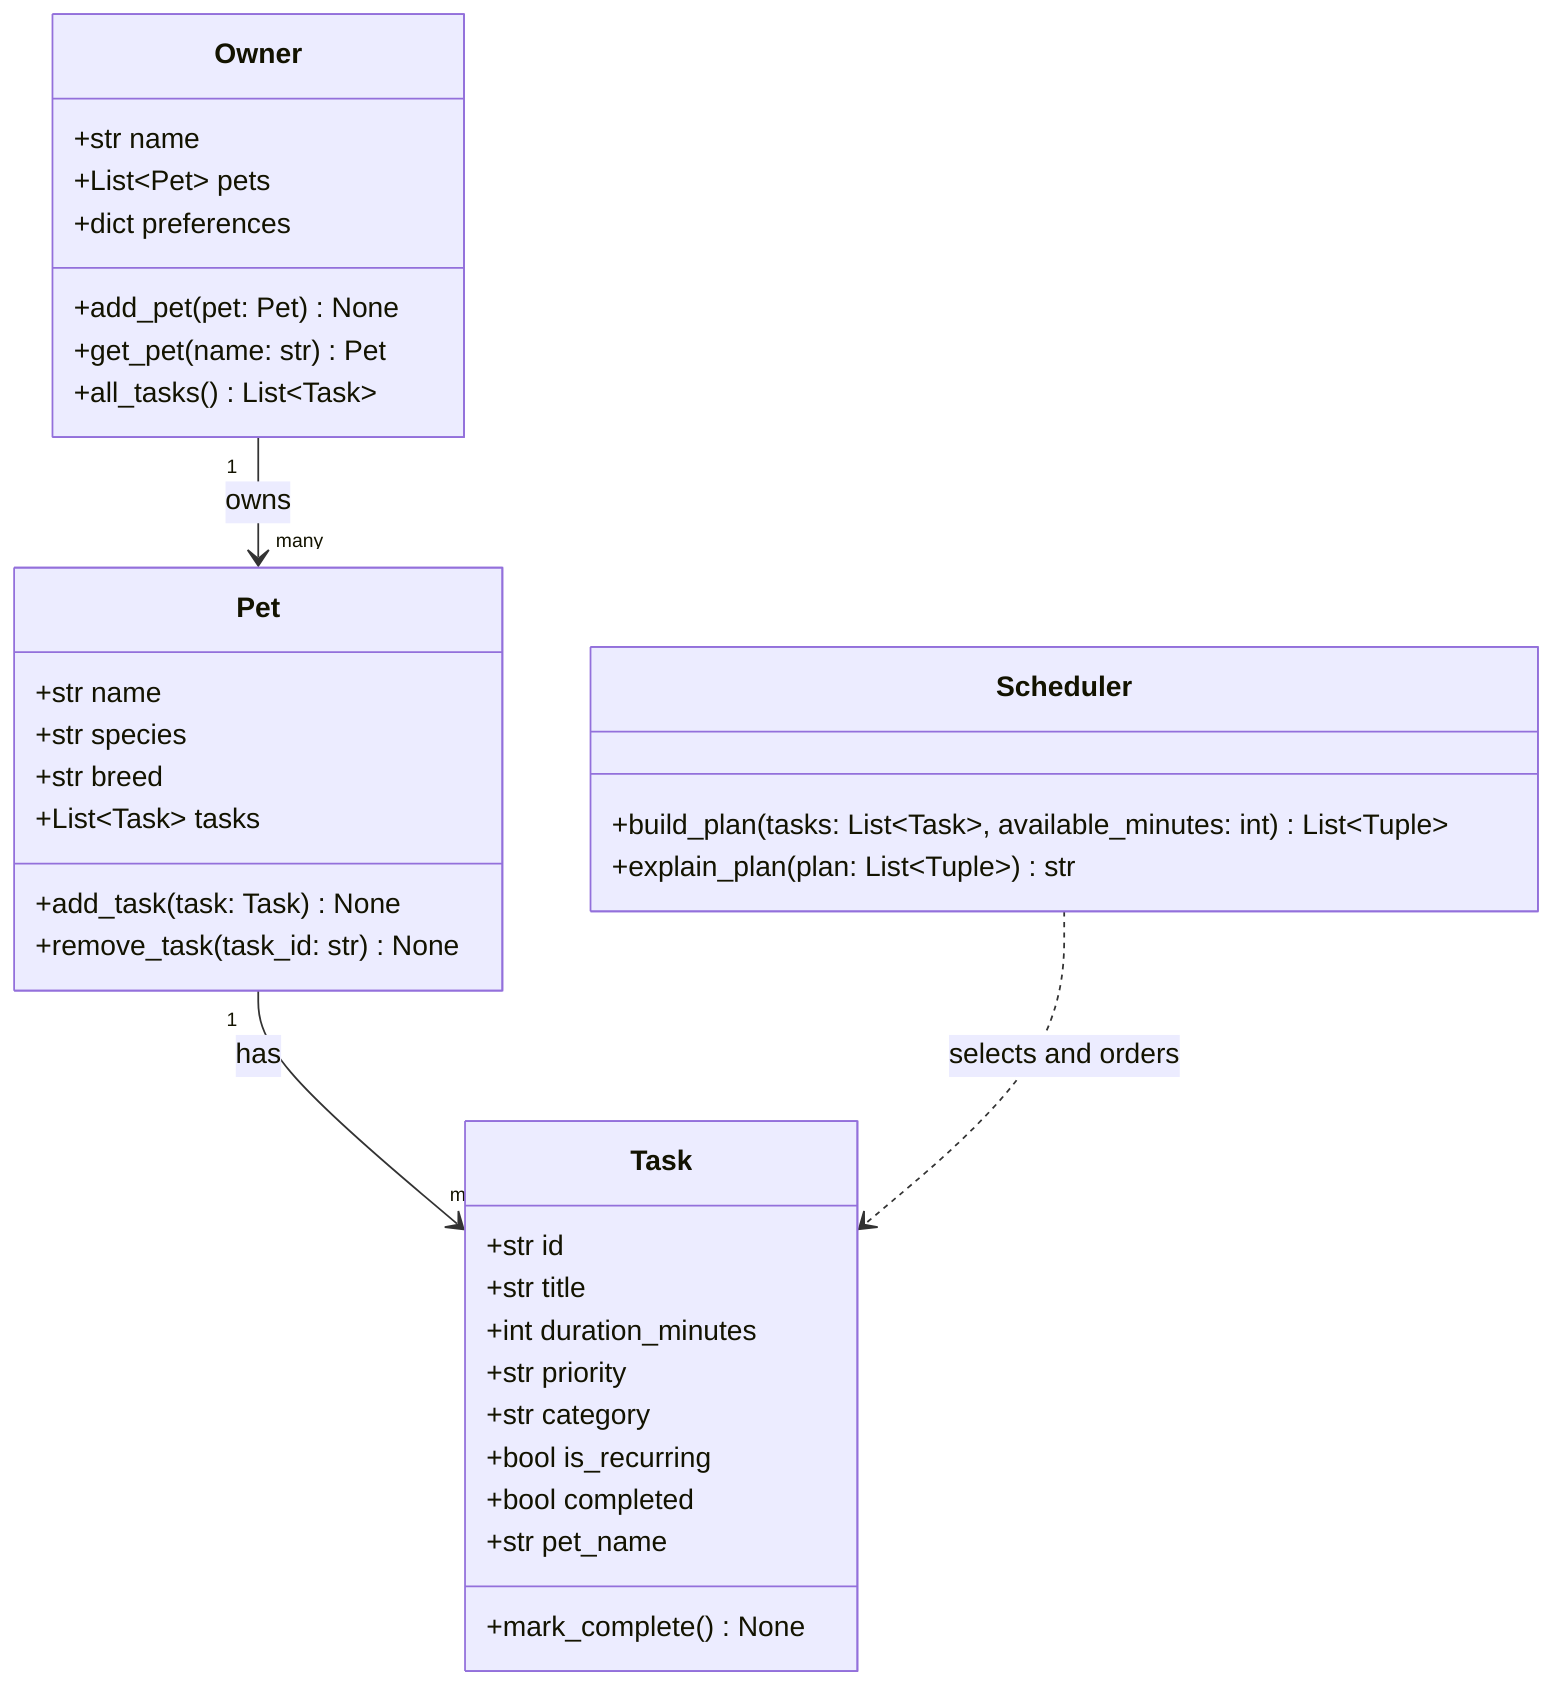
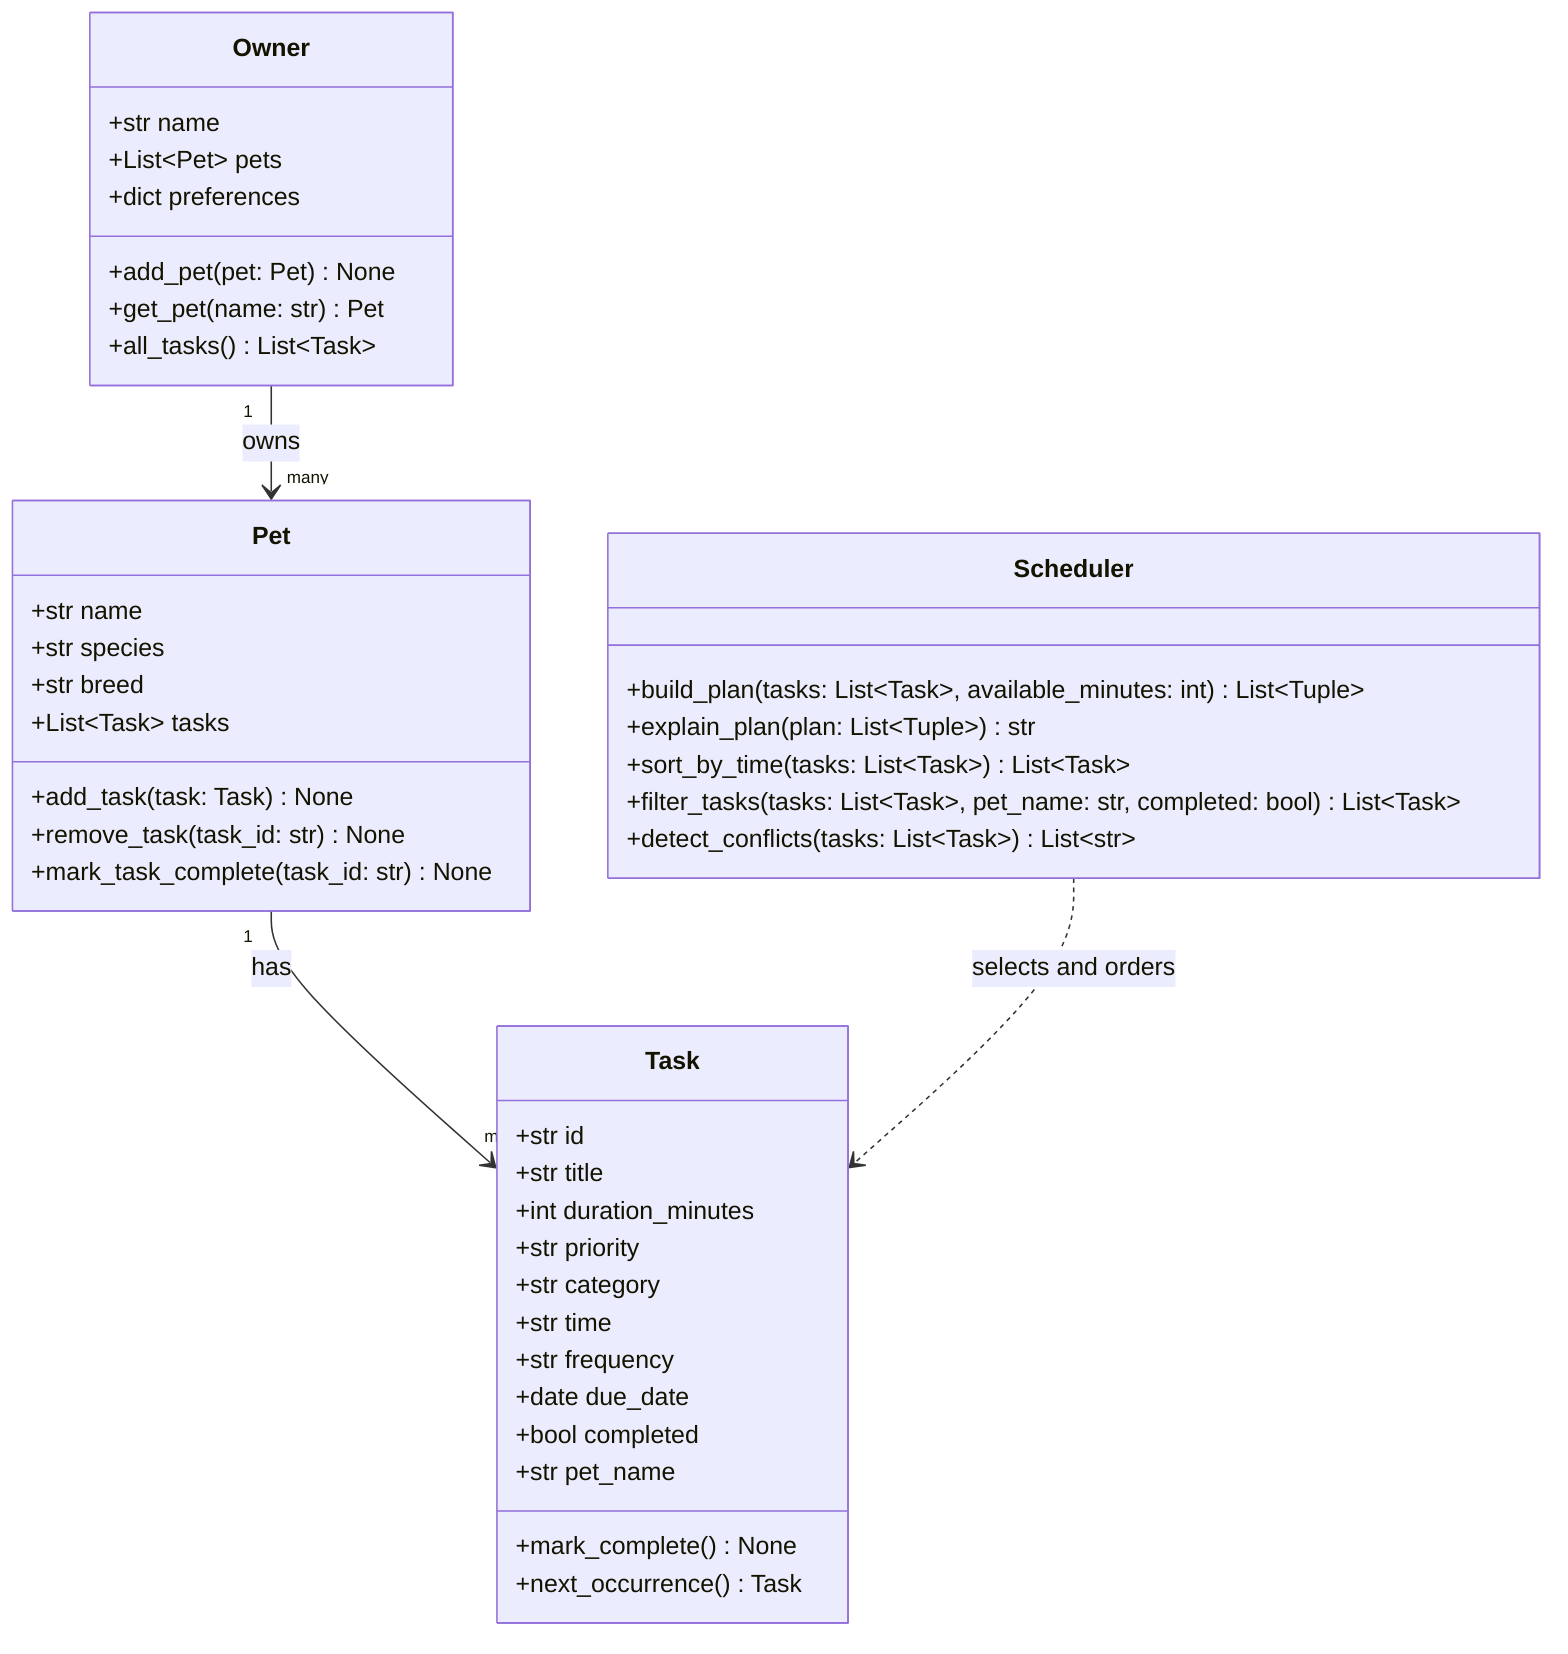
classDiagram
    class Owner {
        +str name
        +List~Pet~ pets
        +dict preferences
        +add_pet(pet: Pet) None
        +get_pet(name: str) Pet
        +all_tasks() List~Task~
    }

    class Pet {
        +str name
        +str species
        +str breed
        +List~Task~ tasks
        +add_task(task: Task) None
        +remove_task(task_id: str) None
+         +mark_task_complete(task_id: str) None
    }

    class Task {
        +str id
        +str title
        +int duration_minutes
        +str priority
        +str category
-         +bool is_recurring
+         +str time
+         +str frequency
+         +date due_date
        +bool completed
        +str pet_name
        +mark_complete() None
+         +next_occurrence() Task
    }

    class Scheduler {
        +build_plan(tasks: List~Task~, available_minutes: int) List~Tuple~
        +explain_plan(plan: List~Tuple~) str
+         +sort_by_time(tasks: List~Task~) List~Task~
+         +filter_tasks(tasks: List~Task~, pet_name: str, completed: bool) List~Task~
+         +detect_conflicts(tasks: List~Task~) List~str~
    }

    Owner "1" --> "many" Pet : owns
    Pet "1" --> "many" Task : has
    Scheduler ..> Task : selects and orders
